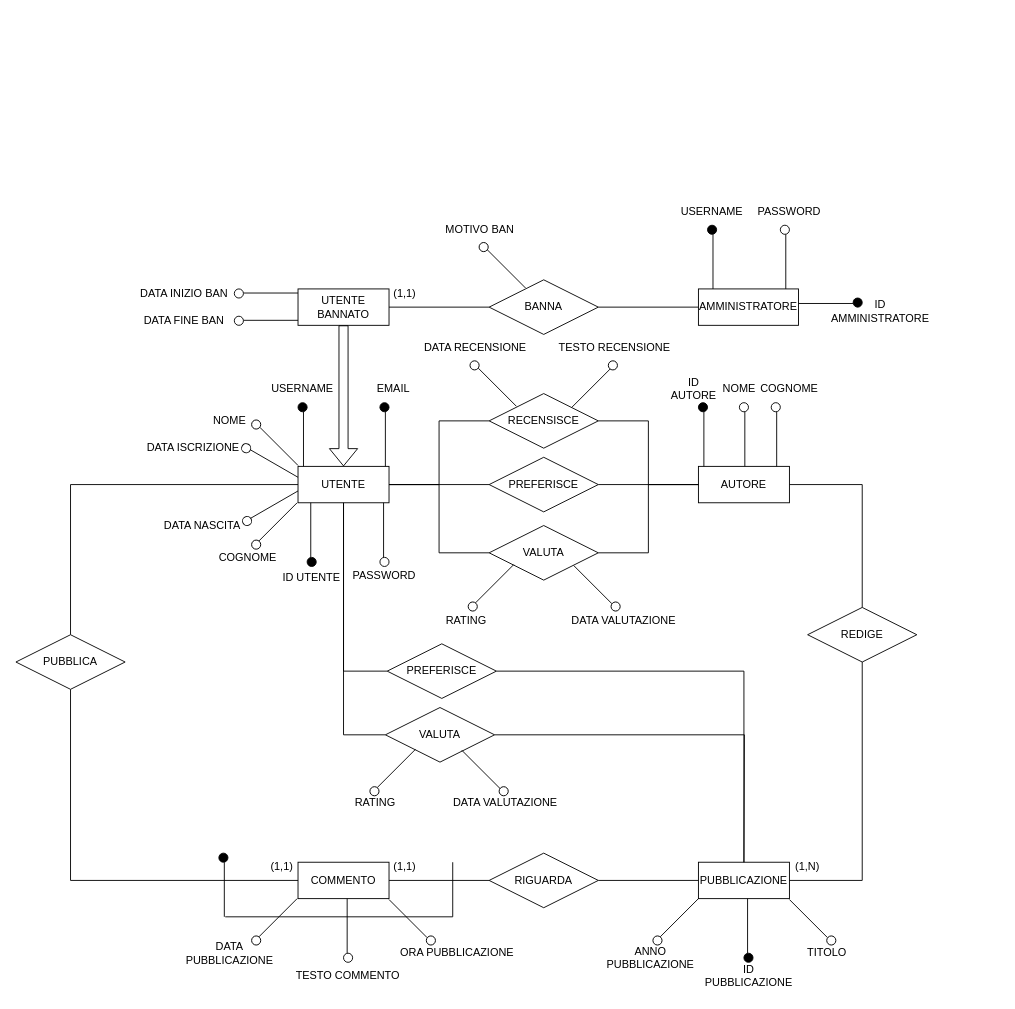
Before: docs/er.drawio in mrcruv/authormetrics, a draw.io diagram. Source tidied: cells renumbered, new cells numbered last; positions are measured from the earlier drawing's top-left corner, leaving out a move shared by most shapes. Both pictures are drawn from the tidied source at 91%, with x=0, y=0 at pixel (15, 197).
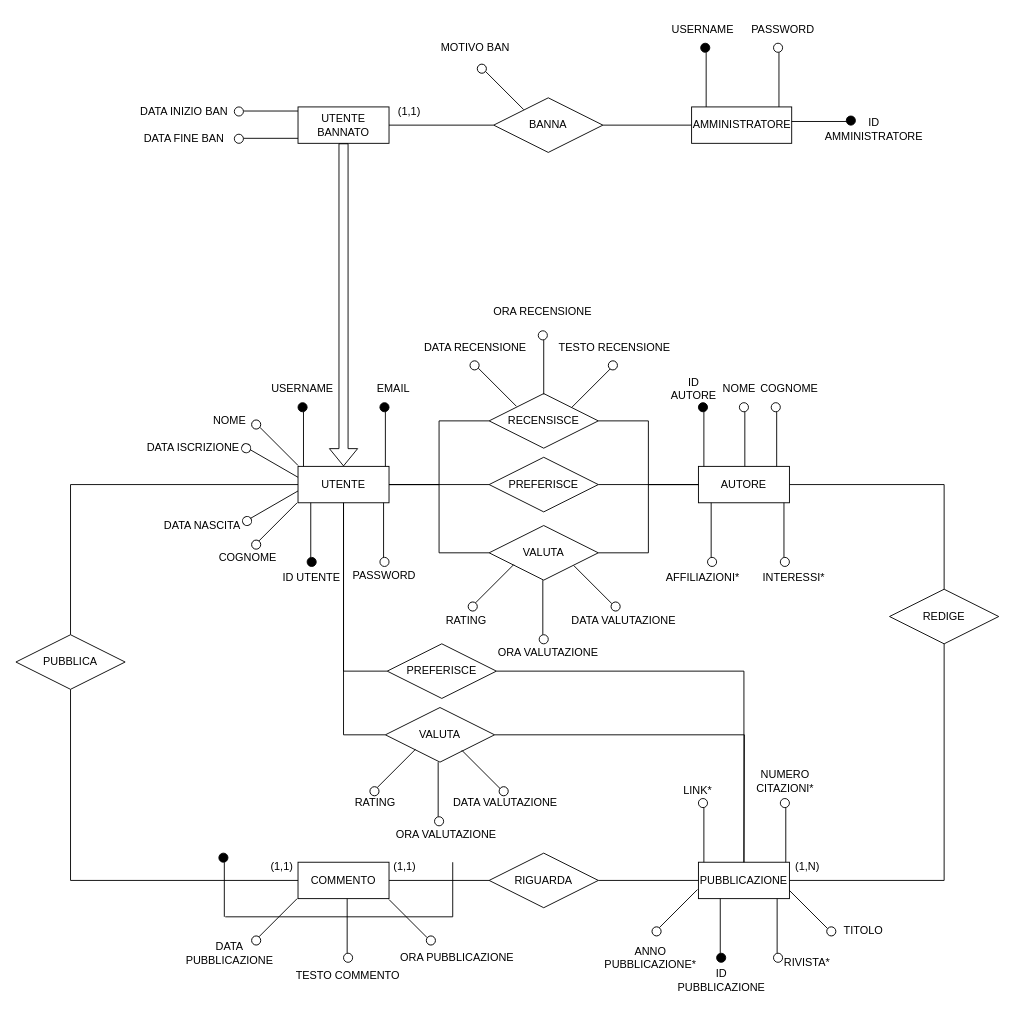
Above is the later version.

Diff of the diagram source:
```diff
@@
     <mxCell id="6" value="AMMINISTRATORE" style="whiteSpace=wrap;html=1;align=center;" parent="1" vertex="1">
-      <mxGeometry x="750" y="100" width="110" height="40" as="geometry" />
+      <mxGeometry x="742.5" y="-100" width="110" height="40" as="geometry" />
     </mxCell>
@@
     <mxCell id="10" value="UTENTE BANNATO" style="whiteSpace=wrap;html=1;align=center;" parent="1" vertex="1">
-      <mxGeometry x="310" y="100" width="100" height="40" as="geometry" />
+      <mxGeometry x="310" y="-100" width="100" height="40" as="geometry" />
     </mxCell>
@@
     <mxCell id="18" value="REDIGE" style="shape=rhombus;perimeter=rhombusPerimeter;whiteSpace=wrap;html=1;align=center;" parent="1" vertex="1">
-      <mxGeometry x="870" y="450" width="120" height="60" as="geometry" />
+      <mxGeometry x="960" y="430" width="120" height="60" as="geometry" />
     </mxCell>
@@
     <mxCell id="35" value="BANNA" style="shape=rhombus;perimeter=rhombusPerimeter;whiteSpace=wrap;html=1;align=center;" parent="1" vertex="1">
-      <mxGeometry x="520" y="90" width="120" height="60" as="geometry" />
+      <mxGeometry x="525" y="-110" width="120" height="60" as="geometry" />
     </mxCell>
     <mxCell id="36" style="group;" parent="1" vertex="1">
-      <mxGeometry x="240" y="100" width="70" height="10" as="geometry" />
+      <mxGeometry x="240" y="-100" width="70" height="10" as="geometry" />
     </mxCell>
@@
     <mxCell id="39" style="group;" parent="1" vertex="1">
-      <mxGeometry x="240" y="130" width="70" height="10" as="geometry" />
+      <mxGeometry x="240" y="-70" width="70" height="10" as="geometry" />
     </mxCell>
@@
     <mxCell id="42" style="group;rotation=45;" parent="1" vertex="1">
-      <mxGeometry x="500" y="70" width="70" height="10" as="geometry" />
+      <mxGeometry x="498" y="-126" width="70" height="10" as="geometry" />
     </mxCell>
@@
     <mxCell id="45" value="DATA INIZIO BAN" style="text;html=1;strokeColor=none;fillColor=none;align=center;verticalAlign=middle;whiteSpace=wrap;rounded=0;" parent="1" vertex="1">
-      <mxGeometry x="120" y="90" width="130" height="30" as="geometry" />
+      <mxGeometry x="120" y="-110" width="130" height="30" as="geometry" />
     </mxCell>
     <mxCell id="46" value="DATA FINE BAN" style="text;html=1;strokeColor=none;fillColor=none;align=center;verticalAlign=middle;whiteSpace=wrap;rounded=0;" parent="1" vertex="1">
-      <mxGeometry x="120" y="120" width="130" height="30" as="geometry" />
+      <mxGeometry x="120" y="-80" width="130" height="30" as="geometry" />
     </mxCell>
     <mxCell id="47" value="MOTIVO BAN" style="text;html=1;strokeColor=none;fillColor=none;align=center;verticalAlign=middle;whiteSpace=wrap;rounded=0;" parent="1" vertex="1">
-      <mxGeometry x="445" y="20" width="130" height="30" as="geometry" />
+      <mxGeometry x="440" y="-180" width="130" height="30" as="geometry" />
     </mxCell>
     <mxCell id="48" value="(1,1)" style="text;html=1;strokeColor=none;fillColor=none;align=center;verticalAlign=middle;whiteSpace=wrap;rounded=0;" parent="1" vertex="1">
-      <mxGeometry x="410" y="90" width="35" height="30" as="geometry" />
+      <mxGeometry x="415" y="-110" width="35" height="30" as="geometry" />
     </mxCell>
@@
     <mxCell id="64" style="group;rotation=-90;" parent="1" vertex="1">
-      <mxGeometry x="770" y="800" width="70" height="10" as="geometry" />
+      <mxGeometry x="740" y="800" width="70" height="10" as="geometry" />
     </mxCell>
@@
     <mxCell id="67" style="group;rotation=-45;" parent="1" vertex="1">
-      <mxGeometry x="691" y="790" width="70" height="10" as="geometry" />
+      <mxGeometry x="690" y="780" width="70" height="10" as="geometry" />
     </mxCell>
@@
-    <mxCell id="70" value="ANNO PUBBLICAZIONE" style="text;html=1;strokeColor=none;fillColor=none;align=center;verticalAlign=middle;whiteSpace=wrap;rounded=0;" parent="1" vertex="1">
+    <mxCell id="70" value="ANNO PUBBLICAZIONE*" style="text;html=1;strokeColor=none;fillColor=none;align=center;verticalAlign=middle;whiteSpace=wrap;rounded=0;" parent="1" vertex="1">
       <mxGeometry x="645" y="820" width="105" height="30" as="geometry" />
     </mxCell>
     <mxCell id="71" value="ID PUBBLICAZIONE" style="text;html=1;strokeColor=none;fillColor=none;align=center;verticalAlign=middle;whiteSpace=wrap;rounded=0;" parent="1" vertex="1">
-      <mxGeometry x="753.8" y="840" width="102.5" height="30" as="geometry" />
+      <mxGeometry x="723.8" y="845" width="102.5" height="30" as="geometry" />
     </mxCell>
@@
-    <mxCell id="138" value="ORA PUBBLICAZIONE" style="text;html=1;strokeColor=none;fillColor=none;align=center;verticalAlign=middle;whiteSpace=wrap;rounded=0;" parent="1" vertex="1">
-      <mxGeometry x="420" y="810" width="130" height="40" as="geometry" />
+    <mxCell id="138" value="ORA VALUTAZIONE" style="text;html=1;strokeColor=none;fillColor=none;align=center;verticalAlign=middle;whiteSpace=wrap;rounded=0;" parent="1" vertex="1">
+      <mxGeometry x="408" y="680" width="130" height="40" as="geometry" />
     </mxCell>
@@
     <mxCell id="140" style="group;rotation=-135;" parent="1" vertex="1">
-      <mxGeometry x="840" y="790" width="70" height="10" as="geometry" />
+      <mxGeometry x="840" y="780" width="70" height="10" as="geometry" />
     </mxCell>
@@
-    <mxCell id="143" value="TITOLO" style="text;html=1;strokeColor=none;fillColor=none;align=center;verticalAlign=middle;whiteSpace=wrap;rounded=0;" parent="1" vertex="1">
-      <mxGeometry x="840" y="815" width="102.5" height="30" as="geometry" />
+    <mxCell id="143" value="RIVISTA*" style="text;html=1;strokeColor=none;fillColor=none;align=center;verticalAlign=middle;whiteSpace=wrap;rounded=0;" parent="1" vertex="1">
+      <mxGeometry x="817.5" y="825" width="102.5" height="30" as="geometry" />
     </mxCell>
     <mxCell id="144" value="USERNAME" style="text;html=1;strokeColor=none;fillColor=none;align=center;verticalAlign=middle;whiteSpace=wrap;rounded=0;" parent="1" vertex="1">
-      <mxGeometry x="700" width="130" height="30" as="geometry" />
+      <mxGeometry x="690" y="-200" width="130" height="30" as="geometry" />
     </mxCell>
     <mxCell id="145" style="group;rotation=90;" parent="1" vertex="1">
-      <mxGeometry x="730" y="60" width="70" height="10" as="geometry" />
+      <mxGeometry x="722.5" y="-140" width="70" height="10" as="geometry" />
     </mxCell>
@@
     <mxCell id="148" style="group;rotation=90;" parent="1" vertex="1">
-      <mxGeometry x="810" y="60" width="70" height="10" as="geometry" />
+      <mxGeometry x="802.5" y="-140" width="70" height="10" as="geometry" />
     </mxCell>
@@
     <mxCell id="151" value="PASSWORD" style="text;html=1;strokeColor=none;fillColor=none;align=center;verticalAlign=middle;whiteSpace=wrap;rounded=0;" parent="1" vertex="1">
-      <mxGeometry x="785" width="130" height="30" as="geometry" />
+      <mxGeometry x="777.5" y="-200" width="130" height="30" as="geometry" />
     </mxCell>
@@
     <mxCell id="158" style="group;rotation=-180;" parent="1" vertex="1">
-      <mxGeometry x="860" y="110" width="70" height="10" as="geometry" />
+      <mxGeometry x="852.5" y="-90" width="70" height="10" as="geometry" />
     </mxCell>
@@
     <mxCell id="161" value="ID AMMINISTRATORE" style="text;html=1;strokeColor=none;fillColor=none;align=center;verticalAlign=middle;whiteSpace=wrap;rounded=0;" parent="1" vertex="1">
-      <mxGeometry x="910" y="110" width="80" height="30" as="geometry" />
+      <mxGeometry x="902.5" y="-90" width="80" height="30" as="geometry" />
     </mxCell>
+    <mxCell id="162" style="group;rotation=-90;" parent="1" vertex="1">
+      <mxGeometry x="810" y="365" width="70" height="10" as="geometry" />
+    </mxCell>
+    <mxCell id="163" style="endArrow=none;html=1;rounded=0;" parent="162" edge="1">
+      <mxGeometry relative="1" as="geometry">
+        <mxPoint x="34" y="30" as="sourcePoint" />
+        <mxPoint x="34" y="-30" as="targetPoint" />
+      </mxGeometry>
+    </mxCell>
+    <mxCell id="164" style="ellipse;whiteSpace=wrap;html=1;rotation=-90;" parent="162" vertex="1">
+      <mxGeometry x="30" y="30" width="10" height="10" as="geometry" />
+    </mxCell>
+    <mxCell id="165" style="group;rotation=-90;" parent="1" vertex="1">
+      <mxGeometry x="730" y="365" width="70" height="10" as="geometry" />
+    </mxCell>
+    <mxCell id="166" style="endArrow=none;html=1;rounded=0;" parent="165" edge="1">
+      <mxGeometry relative="1" as="geometry">
+        <mxPoint x="34" y="30" as="sourcePoint" />
+        <mxPoint x="34" y="-30" as="targetPoint" />
+      </mxGeometry>
+    </mxCell>
+    <mxCell id="167" style="ellipse;whiteSpace=wrap;html=1;rotation=-90;" parent="165" vertex="1">
+      <mxGeometry x="30" y="30" width="10" height="10" as="geometry" />
+    </mxCell>
+    <mxCell id="168" value="AFFILIAZIONI*" style="text;html=1;strokeColor=none;fillColor=none;align=center;verticalAlign=middle;whiteSpace=wrap;rounded=0;" parent="1" vertex="1">
+      <mxGeometry x="690" y="403" width="130" height="30" as="geometry" />
+    </mxCell>
+    <mxCell id="169" value="INTERESSI*" style="text;html=1;strokeColor=none;fillColor=none;align=center;verticalAlign=middle;whiteSpace=wrap;rounded=0;" parent="1" vertex="1">
+      <mxGeometry x="790" y="403" width="130" height="30" as="geometry" />
+    </mxCell>
+    <mxCell id="170" style="group;rotation=-90;" parent="1" vertex="1">
+      <mxGeometry x="430" y="650" width="70" height="10" as="geometry" />
+    </mxCell>
+    <mxCell id="171" style="endArrow=none;html=1;rounded=0;" parent="170" edge="1">
+      <mxGeometry relative="1" as="geometry">
+        <mxPoint x="34" y="30" as="sourcePoint" />
+        <mxPoint x="34" y="-30" as="targetPoint" />
+      </mxGeometry>
+    </mxCell>
+    <mxCell id="172" style="ellipse;whiteSpace=wrap;html=1;rotation=-90;" parent="170" vertex="1">
+      <mxGeometry x="30" y="30" width="10" height="10" as="geometry" />
+    </mxCell>
+    <mxCell id="173" value="ORA PUBBLICAZIONE" style="text;html=1;strokeColor=none;fillColor=none;align=center;verticalAlign=middle;whiteSpace=wrap;rounded=0;" parent="1" vertex="1">
+      <mxGeometry x="420" y="815" width="130" height="40" as="geometry" />
+    </mxCell>
+    <mxCell id="174" value="ORA VALUTAZIONE" style="text;html=1;strokeColor=none;fillColor=none;align=center;verticalAlign=middle;whiteSpace=wrap;rounded=0;" parent="1" vertex="1">
+      <mxGeometry x="520" y="480" width="130" height="40" as="geometry" />
+    </mxCell>
+    <mxCell id="175" style="group;rotation=-90;" parent="1" vertex="1">
+      <mxGeometry x="545" y="450" width="70" height="10" as="geometry" />
+    </mxCell>
+    <mxCell id="176" style="endArrow=none;html=1;rounded=0;" parent="175" edge="1">
+      <mxGeometry relative="1" as="geometry">
+        <mxPoint x="34" y="30" as="sourcePoint" />
+        <mxPoint x="34" y="-30" as="targetPoint" />
+      </mxGeometry>
+    </mxCell>
+    <mxCell id="177" style="ellipse;whiteSpace=wrap;html=1;rotation=-90;" parent="175" vertex="1">
+      <mxGeometry x="30" y="30" width="10" height="10" as="geometry" />
+    </mxCell>
+    <mxCell id="178" style="group;rotation=90;" parent="1" vertex="1">
+      <mxGeometry x="544" y="176" width="70" height="10" as="geometry" />
+    </mxCell>
+    <mxCell id="179" style="endArrow=none;html=1;rounded=0;" parent="178" edge="1">
+      <mxGeometry relative="1" as="geometry">
+        <mxPoint x="36" y="-20" as="sourcePoint" />
+        <mxPoint x="36" y="40" as="targetPoint" />
+      </mxGeometry>
+    </mxCell>
+    <mxCell id="180" style="ellipse;whiteSpace=wrap;html=1;rotation=90;" parent="178" vertex="1">
+      <mxGeometry x="30" y="-30" width="10" height="10" as="geometry" />
+    </mxCell>
+    <mxCell id="181" value="ORA RECENSIONE" style="text;html=1;strokeColor=none;fillColor=none;align=center;verticalAlign=middle;whiteSpace=wrap;rounded=0;" parent="1" vertex="1">
+      <mxGeometry x="514" y="110" width="130" height="30" as="geometry" />
+    </mxCell>
+    <mxCell id="182" style="group;rotation=90;" parent="1" vertex="1">
+      <mxGeometry x="720" y="690" width="70" height="10" as="geometry" />
+    </mxCell>
+    <mxCell id="183" style="endArrow=none;html=1;rounded=0;" parent="182" edge="1">
+      <mxGeometry relative="1" as="geometry">
+        <mxPoint x="36" y="-20" as="sourcePoint" />
+        <mxPoint x="36" y="40" as="targetPoint" />
+      </mxGeometry>
+    </mxCell>
+    <mxCell id="184" style="ellipse;whiteSpace=wrap;html=1;rotation=90;" parent="182" vertex="1">
+      <mxGeometry x="30" y="-30" width="10" height="10" as="geometry" />
+    </mxCell>
+    <mxCell id="185" style="group;rotation=90;" parent="1" vertex="1">
+      <mxGeometry x="810" y="690" width="70" height="10" as="geometry" />
+    </mxCell>
+    <mxCell id="186" style="endArrow=none;html=1;rounded=0;" parent="185" edge="1">
+      <mxGeometry relative="1" as="geometry">
+        <mxPoint x="36" y="-20" as="sourcePoint" />
+        <mxPoint x="36" y="40" as="targetPoint" />
+      </mxGeometry>
+    </mxCell>
+    <mxCell id="187" style="ellipse;whiteSpace=wrap;html=1;rotation=90;" parent="185" vertex="1">
+      <mxGeometry x="30" y="-30" width="10" height="10" as="geometry" />
+    </mxCell>
+    <mxCell id="188" value="NUMERO&lt;br&gt;CITAZIONI*" style="text;html=1;strokeColor=none;fillColor=none;align=center;verticalAlign=middle;whiteSpace=wrap;rounded=0;" parent="1" vertex="1">
+      <mxGeometry x="793.8" y="626" width="102.5" height="30" as="geometry" />
+    </mxCell>
+    <mxCell id="189" value="LINK*" style="text;html=1;strokeColor=none;fillColor=none;align=center;verticalAlign=middle;whiteSpace=wrap;rounded=0;" parent="1" vertex="1">
+      <mxGeometry x="697.5" y="636" width="102.5" height="30" as="geometry" />
+    </mxCell>
+    <mxCell id="190" style="group;rotation=-90;" parent="1" vertex="1">
+      <mxGeometry x="802.5" y="800" width="70" height="10" as="geometry" />
+    </mxCell>
+    <mxCell id="191" style="endArrow=none;html=1;rounded=0;" parent="190" edge="1">
+      <mxGeometry relative="1" as="geometry">
+        <mxPoint x="34" y="30" as="sourcePoint" />
+        <mxPoint x="34" y="-30" as="targetPoint" />
+      </mxGeometry>
+    </mxCell>
+    <mxCell id="192" style="ellipse;whiteSpace=wrap;html=1;rotation=-90;" parent="190" vertex="1">
+      <mxGeometry x="30" y="30" width="10" height="10" as="geometry" />
+    </mxCell>
+    <mxCell id="193" value="TITOLO" style="text;html=1;strokeColor=none;fillColor=none;align=center;verticalAlign=middle;whiteSpace=wrap;rounded=0;" parent="1" vertex="1">
+      <mxGeometry x="880" y="790" width="102.5" height="30" as="geometry" />
+    </mxCell>
```
